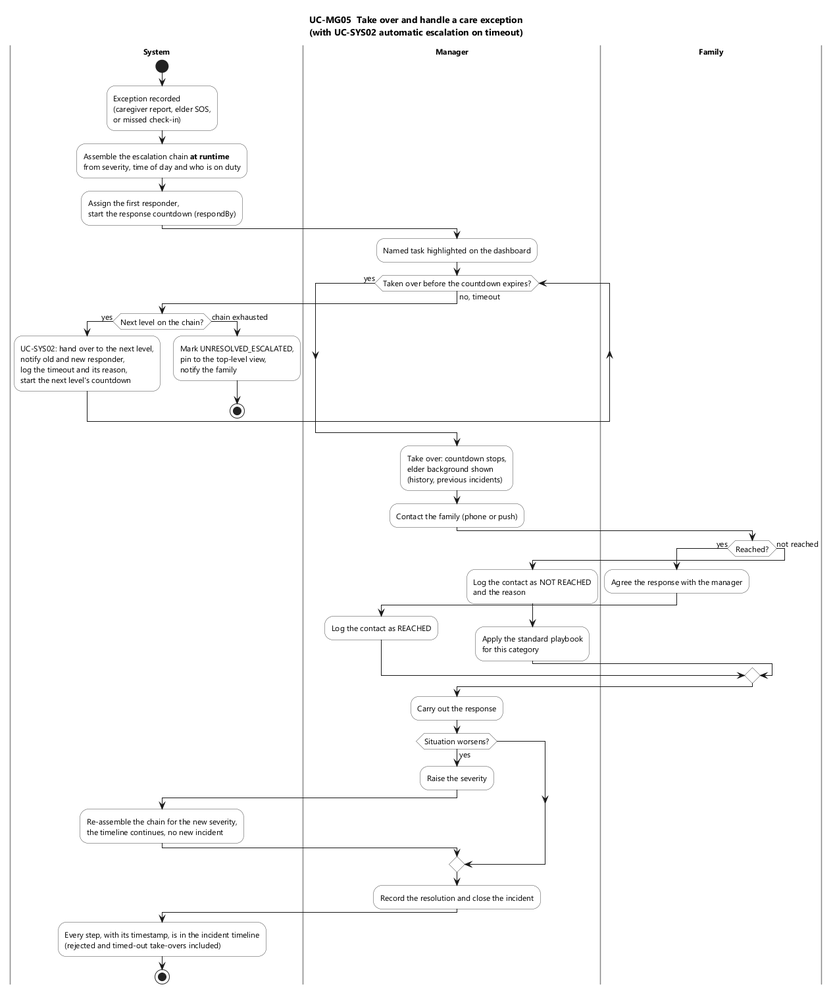
Earlier version of the PlantUML export docs/design/manager-b/UC-MG05-activity.png (Care-Giver-SE-Team2/carelink).
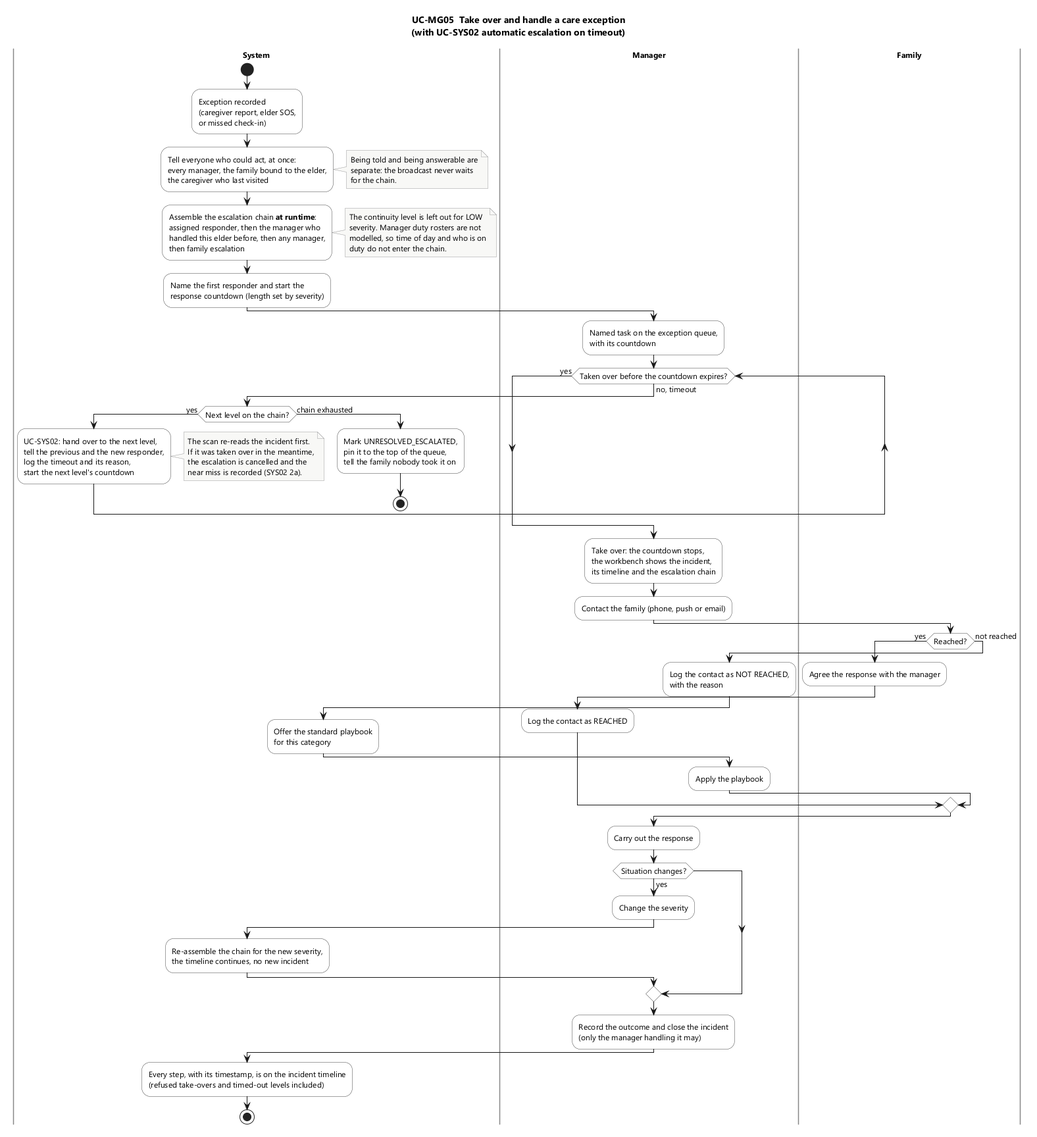
After the commit.

Commit message:
Redraw the UC-MG05 activity diagram as built

Change to the diagram source:
```diff
@@ -7,6 +7,10 @@
   BorderColor #444444
   DiamondBackgroundColor #FFFFFF
   DiamondBorderColor #444444
+}
+skinparam note {
+  BackgroundColor #F8F8F6
+  BorderColor #9A9A9A
 }
 skinparam swimlane {
   BorderColor #888888
@@ -19,33 +23,56 @@
 :Exception recorded
 (caregiver report, elder SOS,
 or missed check-in);
-:Assemble the escalation chain **at runtime**
-from severity, time of day and who is on duty;
-:Assign the first responder,
-start the response countdown (respondBy);
+:Tell everyone who could act, at once:
+every manager, the family bound to the elder,
+the caregiver who last visited;
+note right
+  Being told and being answerable are
+  separate: the broadcast never waits
+  for the chain.
+end note
+:Assemble the escalation chain **at runtime**:
+assigned responder, then the manager who
+handled this elder before, then any manager,
+then family escalation;
+note right
+  The continuity level is left out for LOW
+  severity. Manager duty rosters are not
+  modelled, so time of day and who is on
+  duty do not enter the chain.
+end note
+:Name the first responder and start the
+response countdown (length set by severity);
 |Manager|
-:Named task highlighted on the dashboard;
+:Named task on the exception queue,
+with its countdown;
 
 while (Taken over before the countdown expires?) is (no, timeout)
   |System|
   if (Next level on the chain?) then (yes)
     :UC-SYS02: hand over to the next level,
-    notify old and new responder,
+    tell the previous and the new responder,
     log the timeout and its reason,
     start the next level's countdown;
+    note right
+      The scan re-reads the incident first.
+      If it was taken over in the meantime,
+      the escalation is cancelled and the
+      near miss is recorded (SYS02 2a).
+    end note
   else (chain exhausted)
     :Mark UNRESOLVED_ESCALATED,
-    pin to the top-level view,
-    notify the family;
+    pin it to the top of the queue,
+    tell the family nobody took it on;
     stop
   endif
 endwhile (yes)
 
 |Manager|
-:Take over: countdown stops,
-elder background shown
-(history, previous incidents);
-:Contact the family (phone or push);
+:Take over: the countdown stops,
+the workbench shows the incident,
+its timeline and the escalation chain;
+:Contact the family (phone, push or email);
 |Family|
 if (Reached?) then (yes)
   :Agree the response with the manager;
@@ -53,22 +80,26 @@
   :Log the contact as REACHED;
 else (not reached)
   |Manager|
-  :Log the contact as NOT REACHED
-  and the reason;
-  :Apply the standard playbook
+  :Log the contact as NOT REACHED,
+  with the reason;
+  |System|
+  :Offer the standard playbook
   for this category;
+  |Manager|
+  :Apply the playbook;
 endif
 :Carry out the response;
-if (Situation worsens?) then (yes)
-  :Raise the severity;
+if (Situation changes?) then (yes)
+  :Change the severity;
   |System|
   :Re-assemble the chain for the new severity,
   the timeline continues, no new incident;
   |Manager|
 endif
-:Record the resolution and close the incident;
+:Record the outcome and close the incident
+(only the manager handling it may);
 |System|
-:Every step, with its timestamp, is in the incident timeline
-(rejected and timed-out take-overs included);
+:Every step, with its timestamp, is on the incident timeline
+(refused take-overs and timed-out levels included);
 stop
 @enduml
```
